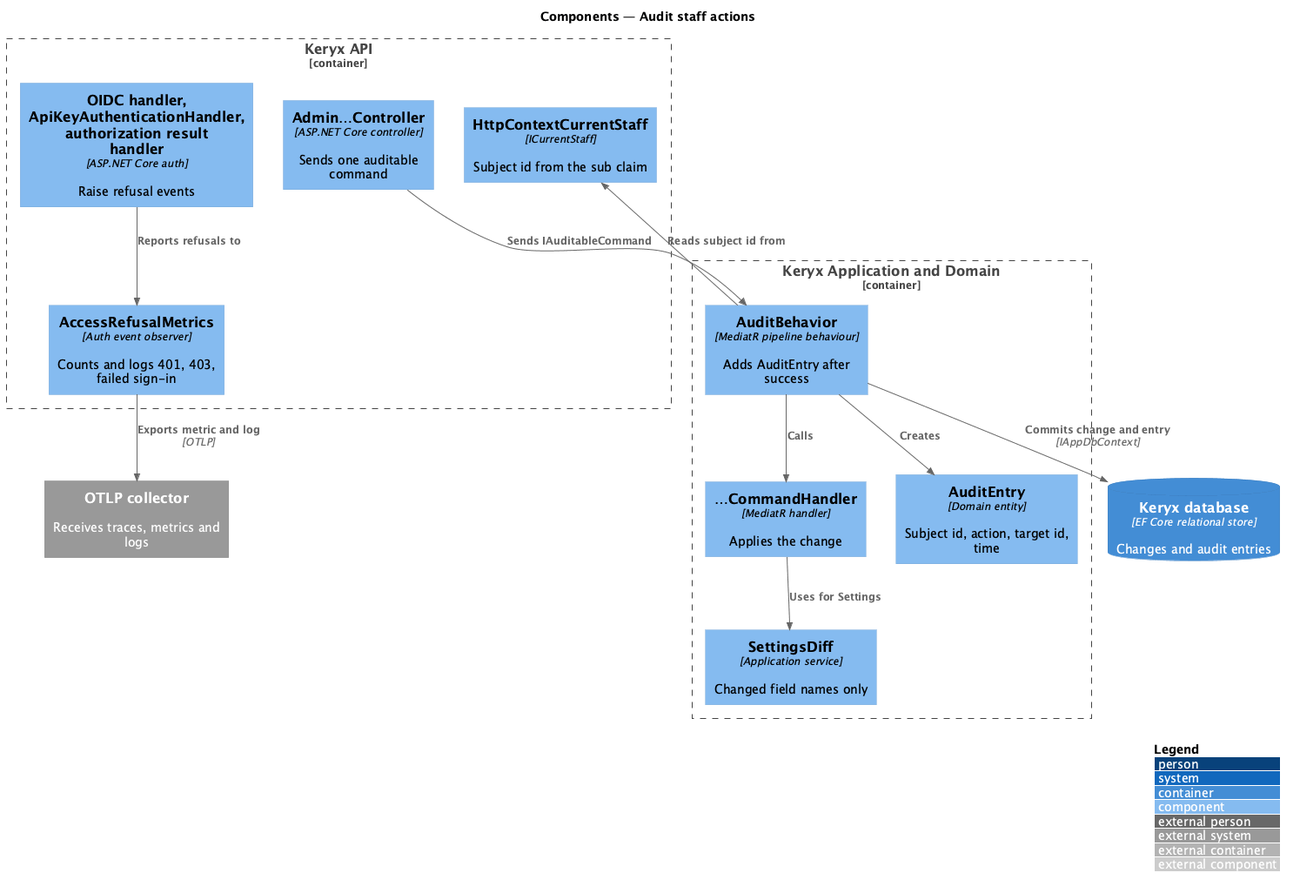
This is docs/detailed-designs/operations/audit-staff-actions/diagrams/c4-component.png from QuinntyneBrown/keryx, a PlantUML export, as it was before one commit.
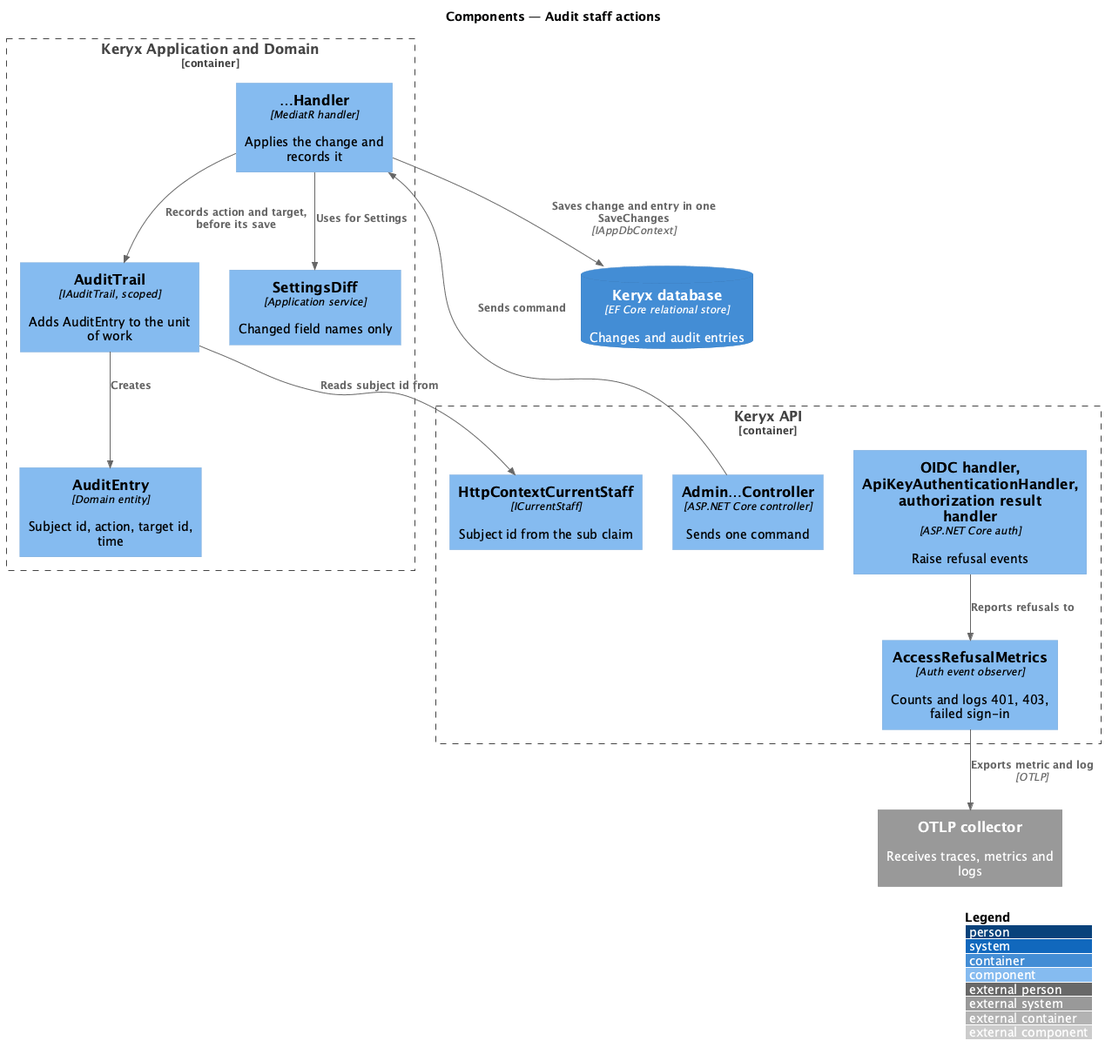
After the change.

The edit, as a diff of the source:
```diff
@@ -4,26 +4,26 @@
 title Components — Audit staff actions
 
 Container_Boundary(api, "Keryx API") {
-  Component(ctrl, "Admin…Controller", "ASP.NET Core controller", "Sends one auditable command")
+  Component(ctrl, "Admin…Controller", "ASP.NET Core controller", "Sends one command")
   Component(cur, "HttpContextCurrentStaff", "ICurrentStaff", "Subject id from the sub claim")
   Component(ref, "AccessRefusalMetrics", "Auth event observer", "Counts and logs 401, 403, failed sign-in")
   Component(authn, "OIDC handler, ApiKeyAuthenticationHandler, authorization result handler", "ASP.NET Core auth", "Raise refusal events")
 }
 Container_Boundary(app, "Keryx Application and Domain") {
-  Component(beh, "AuditBehavior", "MediatR pipeline behaviour", "Adds AuditEntry after success")
-  Component(h, "…CommandHandler", "MediatR handler", "Applies the change")
+  Component(h, "…Handler", "MediatR handler", "Applies the change and records it")
+  Component(trail, "AuditTrail", "IAuditTrail, scoped", "Adds AuditEntry to the unit of work")
   Component(diff, "SettingsDiff", "Application service", "Changed field names only")
   Component(entry, "AuditEntry", "Domain entity", "Subject id, action, target id, time")
 }
 ContainerDb(db, "Keryx database", "EF Core relational store", "Changes and audit entries")
 System_Ext(otel, "OTLP collector", "Receives traces, metrics and logs")
 
-Rel(ctrl, beh, "Sends IAuditableCommand")
-Rel(beh, h, "Calls")
-Rel(beh, cur, "Reads subject id from")
-Rel(beh, entry, "Creates")
+Rel(ctrl, h, "Sends command")
+Rel(h, trail, "Records action and target, before its save")
+Rel(trail, cur, "Reads subject id from")
+Rel(trail, entry, "Creates")
 Rel(h, diff, "Uses for Settings")
-Rel(beh, db, "Commits change and entry", "IAppDbContext")
+Rel(h, db, "Saves change and entry in one SaveChanges", "IAppDbContext")
 Rel(authn, ref, "Reports refusals to")
 Rel(ref, otel, "Exports metric and log", "OTLP")
 @enduml
```
